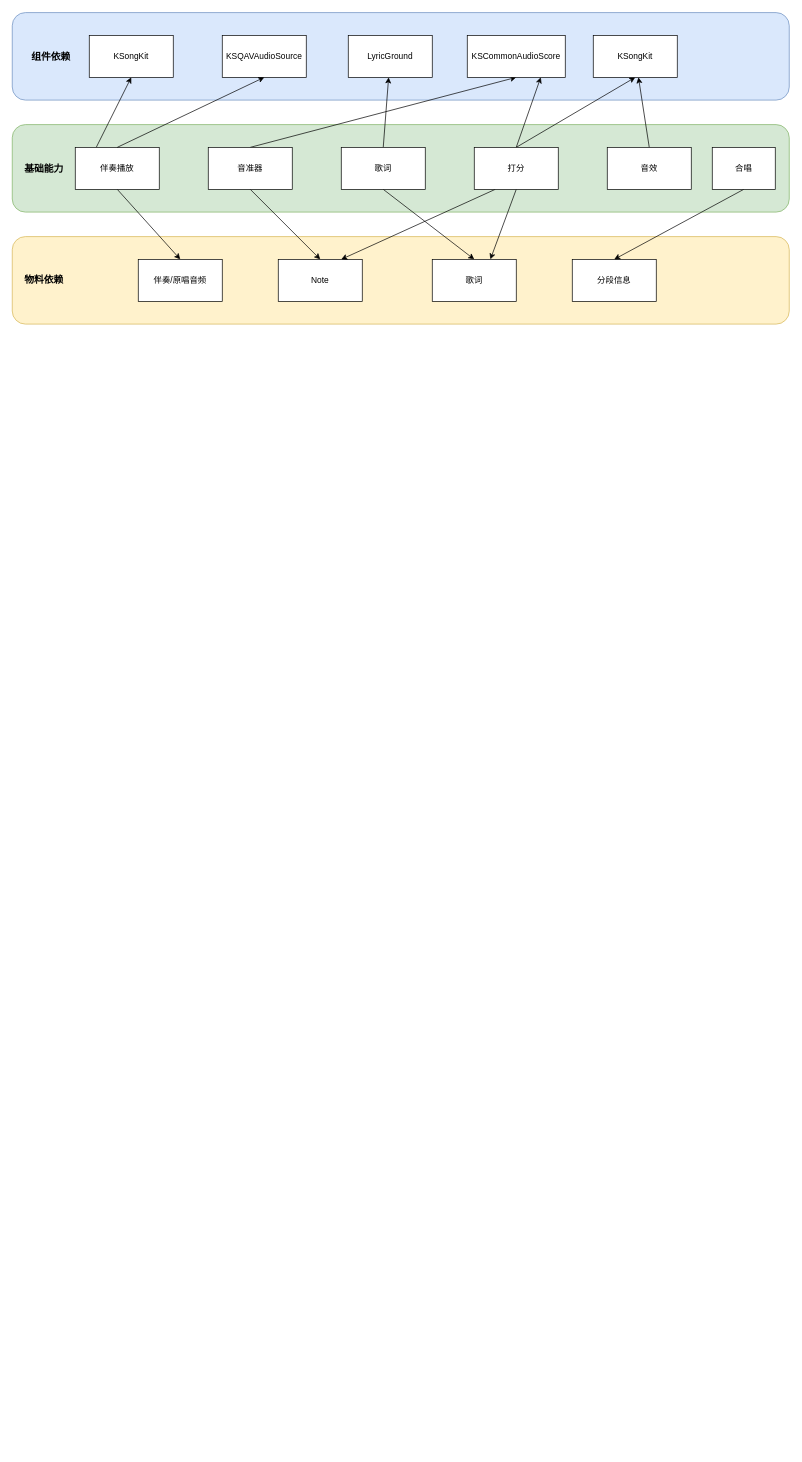
lixianmao/App keeps this draw.io diagram as Untitled Diagram.drawio. Above is the earlier version. Source tidied: cells renumbered, new cells numbered last; positions are measured from the earlier drawing's top-left corner, leaving out a move shared by most shapes. Both pictures are drawn from the tidied source at 70%, with x=0, y=0 at pixel (12, 13). Pictures stored in the file or linked from it are replaced by grey dashed boxes.
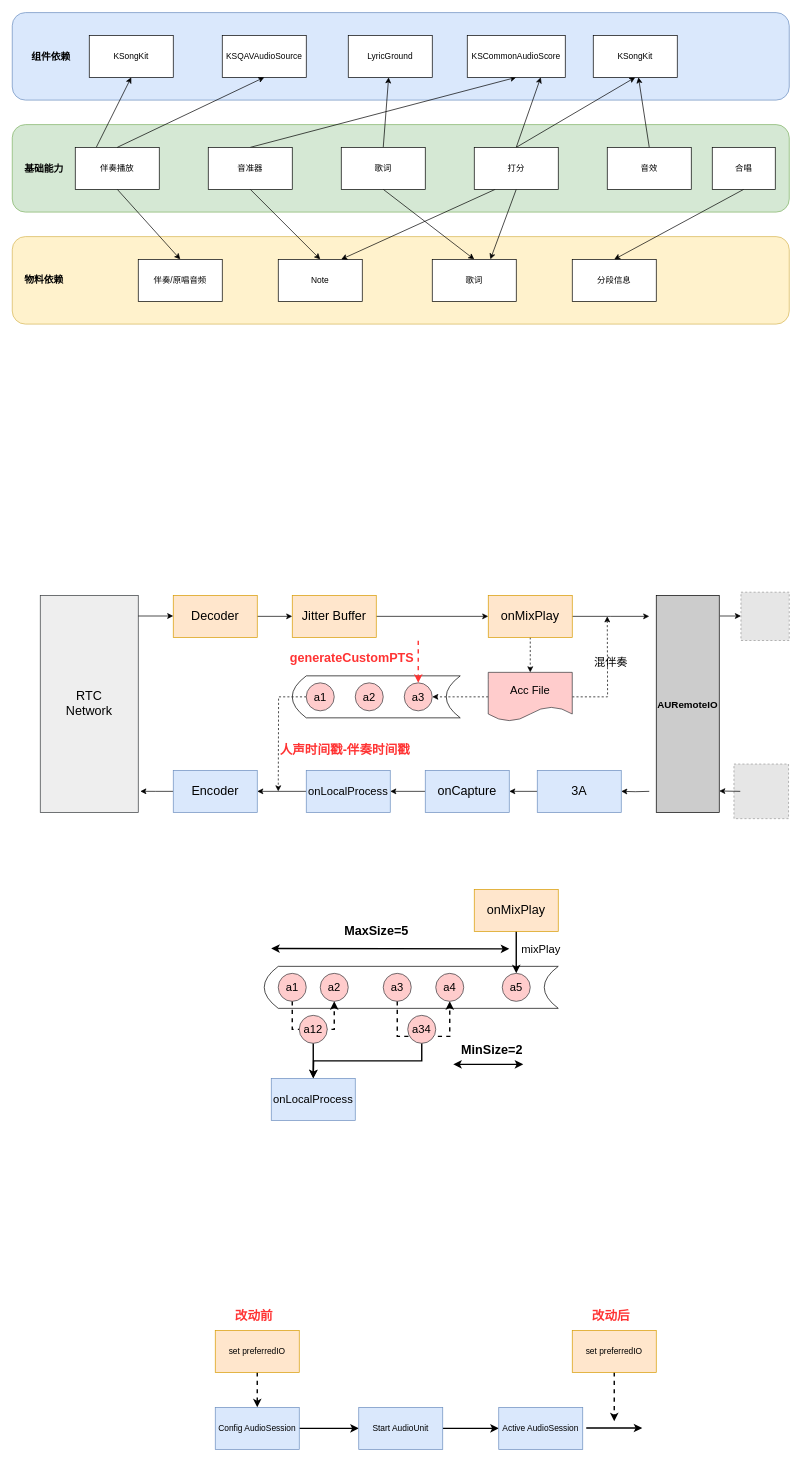
The same page after the edit.

Commit message:
声伴对齐分析

The edit, as a diff of the source:
```diff
@@
+    <mxCell id="36" style="edgeStyle=orthogonalEdgeStyle;rounded=0;jettySize=auto;html=1;exitX=0;exitY=0.5;exitDx=0;exitDy=0;entryX=1;entryY=0.5;entryDx=0;entryDy=0;fontSize=16;" parent="1" edge="1" source="37" target="39">
+      <mxGeometry relative="1" as="geometry" />
+    </mxCell>
+    <mxCell id="37" value="&lt;font style=&quot;font-size: 18px;&quot;&gt;3A&lt;/font&gt;" style="rounded=0;whiteSpace=wrap;html=1;fillColor=#dae8fc;strokeColor=#6c8ebf;" parent="1" vertex="1">
+      <mxGeometry x="750" y="1082" width="120" height="60" as="geometry" />
+    </mxCell>
+    <mxCell id="38" style="edgeStyle=orthogonalEdgeStyle;rounded=0;jettySize=auto;html=1;exitX=0;exitY=0.5;exitDx=0;exitDy=0;entryX=1;entryY=0.5;entryDx=0;entryDy=0;fontSize=16;" parent="1" edge="1" source="39" target="41">
+      <mxGeometry relative="1" as="geometry" />
+    </mxCell>
+    <mxCell id="39" value="&lt;span style=&quot;font-size: 18px;&quot;&gt;onCapture&lt;/span&gt;" style="rounded=0;whiteSpace=wrap;html=1;fillColor=#dae8fc;strokeColor=#6c8ebf;" parent="1" vertex="1">
+      <mxGeometry x="590" y="1082" width="120" height="60" as="geometry" />
+    </mxCell>
+    <mxCell id="40" style="edgeStyle=orthogonalEdgeStyle;rounded=0;jettySize=auto;html=1;exitX=0;exitY=0.5;exitDx=0;exitDy=0;entryX=1;entryY=0.5;entryDx=0;entryDy=0;fontSize=16;" parent="1" edge="1" source="41" target="43">
+      <mxGeometry relative="1" as="geometry" />
+    </mxCell>
+    <mxCell id="41" value="&lt;font style=&quot;font-size: 16px;&quot;&gt;onLocalProcess&lt;/font&gt;" style="rounded=0;whiteSpace=wrap;html=1;fillColor=#dae8fc;strokeColor=#6c8ebf;" parent="1" vertex="1">
+      <mxGeometry x="420" y="1082" width="120" height="60" as="geometry" />
+    </mxCell>
+    <mxCell id="42" style="edgeStyle=orthogonalEdgeStyle;rounded=0;jettySize=auto;html=1;entryX=1.021;entryY=0.903;entryDx=0;entryDy=0;entryPerimeter=0;fontSize=16;" parent="1" edge="1" source="43" target="51">
+      <mxGeometry relative="1" as="geometry" />
+    </mxCell>
+    <mxCell id="43" value="&lt;span style=&quot;font-size: 18px;&quot;&gt;Encoder&lt;/span&gt;" style="rounded=0;whiteSpace=wrap;html=1;fillColor=#dae8fc;strokeColor=#6c8ebf;" parent="1" vertex="1">
+      <mxGeometry x="230" y="1082" width="120" height="60" as="geometry" />
+    </mxCell>
+    <mxCell id="44" style="edgeStyle=orthogonalEdgeStyle;rounded=0;jettySize=auto;html=1;exitX=1;exitY=0.5;exitDx=0;exitDy=0;entryX=0;entryY=0.5;entryDx=0;entryDy=0;fontSize=16;" parent="1" edge="1" source="45" target="47">
+      <mxGeometry relative="1" as="geometry" />
+    </mxCell>
+    <mxCell id="45" value="&lt;span style=&quot;font-size: 18px;&quot;&gt;Decoder&lt;/span&gt;" style="rounded=0;whiteSpace=wrap;html=1;fillColor=#ffe6cc;strokeColor=#d79b00;" parent="1" vertex="1">
+      <mxGeometry x="230" y="832" width="120" height="60" as="geometry" />
+    </mxCell>
+    <mxCell id="46" style="edgeStyle=orthogonalEdgeStyle;rounded=0;jettySize=auto;html=1;exitX=1;exitY=0.5;exitDx=0;exitDy=0;entryX=0;entryY=0.5;entryDx=0;entryDy=0;fontSize=16;" parent="1" edge="1" source="47" target="50">
+      <mxGeometry relative="1" as="geometry" />
+    </mxCell>
+    <mxCell id="47" value="&lt;span style=&quot;font-size: 18px;&quot;&gt;Jitter Buffer&lt;/span&gt;" style="rounded=0;whiteSpace=wrap;html=1;fillColor=#ffe6cc;strokeColor=#d79b00;" parent="1" vertex="1">
+      <mxGeometry x="400" y="832" width="120" height="60" as="geometry" />
+    </mxCell>
+    <mxCell id="48" style="edgeStyle=orthogonalEdgeStyle;rounded=0;jettySize=auto;html=1;exitX=1;exitY=0.5;exitDx=0;exitDy=0;fontSize=16;" parent="1" edge="1" source="50">
+      <mxGeometry relative="1" as="geometry">
+        <mxPoint x="910" y="862" as="targetPoint" />
+      </mxGeometry>
+    </mxCell>
+    <mxCell id="49" style="edgeStyle=orthogonalEdgeStyle;rounded=0;jettySize=auto;html=1;exitX=0.5;exitY=1;exitDx=0;exitDy=0;dashed=1;fontSize=16;" parent="1" edge="1" source="50" target="63">
+      <mxGeometry relative="1" as="geometry" />
+    </mxCell>
+    <mxCell id="50" value="&lt;span style=&quot;font-size: 18px;&quot;&gt;onMixPlay&lt;/span&gt;" style="rounded=0;whiteSpace=wrap;html=1;fillColor=#ffe6cc;strokeColor=#d79b00;" parent="1" vertex="1">
+      <mxGeometry x="680" y="832" width="120" height="60" as="geometry" />
+    </mxCell>
+    <mxCell id="51" value="&lt;span style=&quot;font-size: 18px;&quot;&gt;RTC&lt;br&gt;Network&lt;br&gt;&lt;/span&gt;" style="rounded=0;whiteSpace=wrap;html=1;fillColor=#eeeeee;strokeColor=#36393d;" parent="1" vertex="1">
+      <mxGeometry x="40" y="832" width="140" height="310" as="geometry" />
+    </mxCell>
+    <mxCell id="52" style="endArrow=classic;html=1;rounded=0;fontSize=16;" parent="1" edge="1">
+      <mxGeometry relative="1" as="geometry">
+        <mxPoint x="180" y="861.5" as="sourcePoint" />
+        <mxPoint x="230" y="861.5" as="targetPoint" />
+      </mxGeometry>
+    </mxCell>
+    <mxCell id="53" style="edgeStyle=orthogonalEdgeStyle;rounded=0;jettySize=auto;html=1;entryX=1;entryY=0.5;entryDx=0;entryDy=0;fontSize=16;" parent="1" edge="1" target="37">
+      <mxGeometry relative="1" as="geometry">
+        <mxPoint x="910" y="1112" as="sourcePoint" />
+      </mxGeometry>
+    </mxCell>
+    <mxCell id="54" style="fillColor=#E6E6E6;strokeColor=#999999;dashed=1;html=1;verticalAlign=top;verticalLabelPosition=bottom;labelBackgroundColor=#ffffff;fontSize=16;" parent="1" vertex="1">
+      <mxGeometry x="1031" y="1073" width="78" height="78" as="geometry" />
+    </mxCell>
+    <mxCell id="55" style="fillColor=#E6E6E6;strokeColor=#999999;dashed=1;html=1;verticalAlign=top;verticalLabelPosition=bottom;labelBackgroundColor=#ffffff;fontSize=16;" parent="1" vertex="1">
+      <mxGeometry x="1041" y="827.5" width="69" height="69" as="geometry" />
+    </mxCell>
+    <mxCell id="56" style="shape=dataStorage;whiteSpace=wrap;html=1;fixedSize=1;fontSize=16;" parent="1" vertex="1">
+      <mxGeometry x="400" y="947" width="240" height="60" as="geometry" />
+    </mxCell>
+    <mxCell id="57" value="a3" style="ellipse;whiteSpace=wrap;html=1;fontSize=16;fillColor=#ffcccc;strokeColor=#36393d;" parent="1" vertex="1">
+      <mxGeometry x="560" y="957" width="40" height="40" as="geometry" />
+    </mxCell>
+    <mxCell id="58" value="a2" style="ellipse;whiteSpace=wrap;html=1;fontSize=16;fillColor=#ffcccc;strokeColor=#36393d;" parent="1" vertex="1">
+      <mxGeometry x="490" y="957" width="40" height="40" as="geometry" />
+    </mxCell>
+    <mxCell id="59" style="edgeStyle=orthogonalEdgeStyle;rounded=0;jettySize=auto;html=1;exitX=0;exitY=0.5;exitDx=0;exitDy=0;fontSize=16;dashed=1;" parent="1" edge="1" source="60">
+      <mxGeometry relative="1" as="geometry">
+        <mxPoint x="380" y="1112" as="targetPoint" />
+      </mxGeometry>
+    </mxCell>
+    <mxCell id="60" value="a1" style="ellipse;whiteSpace=wrap;html=1;fontSize=16;fillColor=#ffcccc;strokeColor=#36393d;" parent="1" vertex="1">
+      <mxGeometry x="420" y="957" width="40" height="40" as="geometry" />
+    </mxCell>
+    <mxCell id="61" style="edgeStyle=orthogonalEdgeStyle;rounded=0;jettySize=auto;html=1;exitX=0;exitY=0.5;exitDx=0;exitDy=0;dashed=1;fontSize=16;" parent="1" edge="1" source="63" target="57">
+      <mxGeometry relative="1" as="geometry" />
+    </mxCell>
+    <mxCell id="62" style="edgeStyle=orthogonalEdgeStyle;rounded=0;jettySize=auto;html=1;exitX=1;exitY=0.5;exitDx=0;exitDy=0;dashed=1;fontSize=16;" parent="1" edge="1" source="63">
+      <mxGeometry relative="1" as="geometry">
+        <mxPoint x="850" y="862" as="targetPoint" />
+      </mxGeometry>
+    </mxCell>
+    <mxCell id="63" value="Acc File" style="shape=document;whiteSpace=wrap;html=1;boundedLbl=1;fontSize=16;fillColor=#ffcccc;strokeColor=#36393d;" parent="1" vertex="1">
+      <mxGeometry x="680" y="942" width="120" height="70" as="geometry" />
+    </mxCell>
+    <mxCell id="64" value="混伴奏" style="text;html=1;align=center;verticalAlign=middle;strokeColor=none;fillColor=none;fontSize=16;" parent="1" vertex="1">
+      <mxGeometry x="820" y="912" width="70" height="30" as="geometry" />
+    </mxCell>
+    <mxCell id="65" value="&lt;font style=&quot;font-size: 14px;&quot;&gt;&lt;b&gt;AURemoteIO&lt;/b&gt;&lt;/font&gt;" style="rounded=0;whiteSpace=wrap;html=1;fontSize=16;fillColor=#CCCCCC;" parent="1" vertex="1">
+      <mxGeometry x="920" y="832" width="90" height="310" as="geometry" />
+    </mxCell>
+    <mxCell id="66" style="endArrow=classic;html=1;rounded=0;fontSize=16;" parent="1" edge="1">
+      <mxGeometry relative="1" as="geometry">
+        <mxPoint x="1011" y="861.5" as="sourcePoint" />
+        <mxPoint x="1041" y="861.5" as="targetPoint" />
+      </mxGeometry>
+    </mxCell>
+    <mxCell id="67" style="endArrow=classic;html=1;rounded=0;fontSize=16;" parent="1" edge="1">
+      <mxGeometry relative="1" as="geometry">
+        <mxPoint x="1040" y="1112" as="sourcePoint" />
+        <mxPoint x="1010" y="1111.5" as="targetPoint" />
+      </mxGeometry>
+    </mxCell>
+    <mxCell id="68" style="shape=dataStorage;whiteSpace=wrap;html=1;fixedSize=1;fontSize=16;" parent="1" vertex="1">
+      <mxGeometry x="360" y="1362" width="420" height="60" as="geometry" />
+    </mxCell>
+    <mxCell id="69" style="edgeStyle=orthogonalEdgeStyle;rounded=0;jettySize=auto;html=1;exitX=1;exitY=0.5;exitDx=0;exitDy=0;entryX=1;entryY=0.5;entryDx=0;entryDy=0;fontSize=12;fontColor=#000000;strokeWidth=2;dashed=1;" parent="1" edge="1" source="70" target="74">
+      <mxGeometry relative="1" as="geometry">
+        <Array as="points">
+          <mxPoint x="550" y="1462" />
+          <mxPoint x="625" y="1462" />
+        </Array>
+      </mxGeometry>
+    </mxCell>
+    <mxCell id="70" value="a3" style="ellipse;whiteSpace=wrap;html=1;fontSize=16;fillColor=#ffcccc;strokeColor=#36393d;direction=south;" parent="1" vertex="1">
+      <mxGeometry x="530" y="1372" width="40" height="40" as="geometry" />
+    </mxCell>
+    <mxCell id="71" value="a2" style="ellipse;whiteSpace=wrap;html=1;fontSize=16;fillColor=#ffcccc;strokeColor=#36393d;" parent="1" vertex="1">
+      <mxGeometry x="440" y="1372" width="40" height="40" as="geometry" />
+    </mxCell>
+    <mxCell id="72" style="edgeStyle=orthogonalEdgeStyle;rounded=0;jettySize=auto;html=1;exitX=0.5;exitY=1;exitDx=0;exitDy=0;entryX=0.5;entryY=1;entryDx=0;entryDy=0;dashed=1;fontSize=12;fontColor=#000000;strokeWidth=2;" parent="1" edge="1" source="73" target="71">
+      <mxGeometry relative="1" as="geometry">
+        <Array as="points">
+          <mxPoint x="400" y="1452" />
+          <mxPoint x="460" y="1452" />
+        </Array>
+      </mxGeometry>
+    </mxCell>
+    <mxCell id="73" value="a1" style="ellipse;whiteSpace=wrap;html=1;fontSize=16;fillColor=#ffcccc;strokeColor=#36393d;" parent="1" vertex="1">
+      <mxGeometry x="380" y="1372" width="40" height="40" as="geometry" />
+    </mxCell>
+    <mxCell id="74" value="a4" style="ellipse;whiteSpace=wrap;html=1;fontSize=16;fillColor=#ffcccc;strokeColor=#36393d;direction=south;" parent="1" vertex="1">
+      <mxGeometry x="605" y="1372" width="40" height="40" as="geometry" />
+    </mxCell>
+    <mxCell id="75" value="a5" style="ellipse;whiteSpace=wrap;html=1;fontSize=16;fillColor=#ffcccc;strokeColor=#36393d;direction=south;" parent="1" vertex="1">
+      <mxGeometry x="700" y="1372" width="40" height="40" as="geometry" />
+    </mxCell>
+    <mxCell id="76" style="edgeStyle=orthogonalEdgeStyle;rounded=0;jettySize=auto;html=1;exitX=0.5;exitY=1;exitDx=0;exitDy=0;fontSize=18;fontColor=#000000;strokeWidth=2;" parent="1" edge="1" source="77" target="75">
+      <mxGeometry relative="1" as="geometry" />
+    </mxCell>
+    <mxCell id="77" value="&lt;span style=&quot;font-size: 18px;&quot;&gt;onMixPlay&lt;/span&gt;" style="rounded=0;whiteSpace=wrap;html=1;fillColor=#ffe6cc;strokeColor=#d79b00;" parent="1" vertex="1">
+      <mxGeometry x="660" y="1252" width="120" height="60" as="geometry" />
+    </mxCell>
+    <mxCell id="78" value="&lt;font style=&quot;font-size: 16px;&quot;&gt;onLocalProcess&lt;/font&gt;" style="rounded=0;whiteSpace=wrap;html=1;fillColor=#dae8fc;strokeColor=#6c8ebf;" parent="1" vertex="1">
+      <mxGeometry x="370" y="1522" width="120" height="60" as="geometry" />
+    </mxCell>
+    <mxCell id="79" value="mixPlay" style="text;html=1;align=center;verticalAlign=middle;strokeColor=none;fillColor=none;fontSize=16;" parent="1" vertex="1">
+      <mxGeometry x="715" y="1322" width="80" height="30" as="geometry" />
+    </mxCell>
+    <mxCell id="80" style="edgeStyle=orthogonalEdgeStyle;rounded=0;jettySize=auto;html=1;exitX=1;exitY=0.5;exitDx=0;exitDy=0;entryX=0;entryY=0.5;entryDx=0;entryDy=0;fontSize=12;fontColor=#000000;strokeWidth=2;" parent="1" edge="1" source="81" target="83">
+      <mxGeometry relative="1" as="geometry" />
+    </mxCell>
+    <mxCell id="81" value="&lt;font style=&quot;font-size: 12px;&quot;&gt;Config AudioSession&lt;/font&gt;" style="rounded=0;whiteSpace=wrap;html=1;fillColor=#dae8fc;strokeColor=#6c8ebf;" parent="1" vertex="1">
+      <mxGeometry x="290" y="1992" width="120" height="60" as="geometry" />
+    </mxCell>
+    <mxCell id="82" style="edgeStyle=orthogonalEdgeStyle;rounded=0;jettySize=auto;html=1;exitX=1;exitY=0.5;exitDx=0;exitDy=0;entryX=0;entryY=0.5;entryDx=0;entryDy=0;fontSize=12;fontColor=#000000;strokeWidth=2;" parent="1" edge="1" source="83" target="84">
+      <mxGeometry relative="1" as="geometry" />
+    </mxCell>
+    <mxCell id="83" value="Start AudioUnit" style="rounded=0;whiteSpace=wrap;html=1;fillColor=#dae8fc;strokeColor=#6c8ebf;" parent="1" vertex="1">
+      <mxGeometry x="495" y="1992" width="120" height="60" as="geometry" />
+    </mxCell>
+    <mxCell id="84" value="Active AudioSession" style="rounded=0;whiteSpace=wrap;html=1;fillColor=#dae8fc;strokeColor=#6c8ebf;" parent="1" vertex="1">
+      <mxGeometry x="695" y="1992" width="120" height="60" as="geometry" />
+    </mxCell>
+    <mxCell id="85" style="edgeStyle=orthogonalEdgeStyle;rounded=0;jettySize=auto;html=1;exitX=0.5;exitY=1;exitDx=0;exitDy=0;entryX=0.5;entryY=0;entryDx=0;entryDy=0;fontSize=12;fontColor=#000000;strokeWidth=2;dashed=1;" parent="1" edge="1" source="86" target="81">
+      <mxGeometry relative="1" as="geometry" />
+    </mxCell>
+    <mxCell id="86" value="&lt;font style=&quot;font-size: 12px;&quot;&gt;set preferredIO&lt;/font&gt;" style="rounded=0;whiteSpace=wrap;html=1;fillColor=#ffe6cc;strokeColor=#d79b00;" parent="1" vertex="1">
+      <mxGeometry x="290" y="1882" width="120" height="60" as="geometry" />
+    </mxCell>
+    <mxCell id="87" style="edgeStyle=orthogonalEdgeStyle;rounded=0;jettySize=auto;html=1;exitX=0.5;exitY=1;exitDx=0;exitDy=0;dashed=1;fontSize=12;fontColor=#000000;strokeWidth=2;" parent="1" edge="1" source="88">
+      <mxGeometry relative="1" as="geometry">
+        <mxPoint x="860" y="2012" as="targetPoint" />
+      </mxGeometry>
+    </mxCell>
+    <mxCell id="88" value="&lt;font style=&quot;font-size: 12px;&quot;&gt;set preferredIO&lt;/font&gt;" style="rounded=0;whiteSpace=wrap;html=1;fillColor=#ffe6cc;strokeColor=#d79b00;" parent="1" vertex="1">
+      <mxGeometry x="800" y="1882" width="120" height="60" as="geometry" />
+    </mxCell>
+    <mxCell id="89" style="edgeStyle=orthogonalEdgeStyle;rounded=0;orthogonalLoop=1;jettySize=auto;html=1;exitX=1;exitY=0.5;exitDx=0;exitDy=0;entryX=0;entryY=0.5;entryDx=0;entryDy=0;fontSize=12;fontColor=#000000;strokeWidth=2;" parent="1" edge="1">
+      <mxGeometry relative="1" as="geometry">
+        <mxPoint x="820" y="2021.5" as="sourcePoint" />
+        <mxPoint x="900" y="2021.5" as="targetPoint" />
+      </mxGeometry>
+    </mxCell>
+    <mxCell id="90" value="&lt;b&gt;改动前&lt;/b&gt;" style="text;html=1;align=center;verticalAlign=middle;strokeColor=none;fillColor=none;fontSize=18;fontColor=#FF3333;" parent="1" vertex="1">
+      <mxGeometry x="305" y="1842" width="80" height="40" as="geometry" />
+    </mxCell>
+    <mxCell id="91" value="&lt;b&gt;改动后&lt;/b&gt;" style="text;html=1;align=center;verticalAlign=middle;strokeColor=none;fillColor=none;fontSize=18;fontColor=#FF3333;" parent="1" vertex="1">
+      <mxGeometry x="815" y="1842" width="80" height="40" as="geometry" />
+    </mxCell>
+    <mxCell id="92" style="edgeStyle=orthogonalEdgeStyle;rounded=0;jettySize=auto;html=1;exitX=0.5;exitY=1;exitDx=0;exitDy=0;entryX=0.5;entryY=0;entryDx=0;entryDy=0;fontSize=12;fontColor=#000000;strokeWidth=2;" parent="1" edge="1" source="93" target="78">
+      <mxGeometry relative="1" as="geometry" />
+    </mxCell>
+    <mxCell id="93" value="a12" style="ellipse;whiteSpace=wrap;html=1;fontSize=16;fillColor=#ffcccc;strokeColor=#36393d;" parent="1" vertex="1">
+      <mxGeometry x="410" y="1432" width="40" height="40" as="geometry" />
+    </mxCell>
+    <mxCell id="94" style="edgeStyle=orthogonalEdgeStyle;rounded=0;jettySize=auto;html=1;exitX=0.5;exitY=1;exitDx=0;exitDy=0;fontSize=12;fontColor=#000000;strokeWidth=2;" parent="1" edge="1" source="98">
+      <mxGeometry relative="1" as="geometry">
+        <mxPoint x="430" y="1522" as="targetPoint" />
+      </mxGeometry>
+    </mxCell>
+    <mxCell id="95" style="endArrow=classic;startArrow=classic;html=1;rounded=0;fontSize=18;fontColor=#000000;strokeWidth=2;" parent="1" edge="1">
+      <mxGeometry relative="1" as="geometry">
+        <mxPoint x="370" y="1336.5" as="sourcePoint" />
+        <mxPoint x="710" y="1337" as="targetPoint" />
+      </mxGeometry>
+    </mxCell>
+    <mxCell id="96" value="&lt;b&gt;&lt;font color=&quot;#000000&quot;&gt;MaxSize=5&lt;/font&gt;&lt;/b&gt;" style="text;html=1;align=center;verticalAlign=middle;strokeColor=none;fillColor=none;fontSize=18;fontColor=#FF3333;" parent="1" vertex="1">
+      <mxGeometry x="460" y="1292" width="120" height="40" as="geometry" />
+    </mxCell>
+    <mxCell id="97" value="&lt;b&gt;&lt;font color=&quot;#000000&quot;&gt;MinSize=2&lt;/font&gt;&lt;/b&gt;" style="text;html=1;align=center;verticalAlign=middle;strokeColor=none;fillColor=none;fontSize=18;fontColor=#FF3333;" parent="1" vertex="1">
+      <mxGeometry x="630" y="1462" width="110" height="40" as="geometry" />
+    </mxCell>
+    <mxCell id="98" value="a34" style="ellipse;whiteSpace=wrap;html=1;fontSize=16;fillColor=#ffcccc;strokeColor=#36393d;" parent="1" vertex="1">
+      <mxGeometry x="565" y="1432" width="40" height="40" as="geometry" />
+    </mxCell>
+    <mxCell id="99" style="endArrow=classic;startArrow=classic;html=1;rounded=0;fontSize=18;fontColor=#000000;strokeWidth=2;" parent="1" edge="1">
+      <mxGeometry relative="1" as="geometry">
+        <mxPoint x="630" y="1502" as="sourcePoint" />
+        <mxPoint x="730" y="1502" as="targetPoint" />
+      </mxGeometry>
+    </mxCell>
+    <mxCell id="100" style="endArrow=classic;html=1;rounded=0;fontSize=12;fontColor=#FF3333;strokeWidth=2;dashed=1;fillColor=#f8cecc;gradientColor=#ea6b66;strokeColor=#FF3333;" parent="1" edge="1">
+      <mxGeometry relative="1" as="geometry">
+        <mxPoint x="580" y="897" as="sourcePoint" />
+        <mxPoint x="580" y="957" as="targetPoint" />
+      </mxGeometry>
+    </mxCell>
+    <mxCell id="101" value="&lt;b&gt;generateCustomPTS&lt;/b&gt;" style="text;html=1;align=center;verticalAlign=middle;strokeColor=none;fillColor=none;fontSize=18;fontColor=#FF3333;" parent="1" vertex="1">
+      <mxGeometry x="385" y="902" width="200" height="40" as="geometry" />
+    </mxCell>
+    <mxCell id="102" value="&lt;b&gt;人声时间戳-伴奏时间戳&lt;/b&gt;" style="text;html=1;align=center;verticalAlign=middle;strokeColor=none;fillColor=none;fontSize=18;fontColor=#FF3333;" parent="1" vertex="1">
+      <mxGeometry x="370" y="1033" width="210" height="40" as="geometry" />
+    </mxCell>
```
